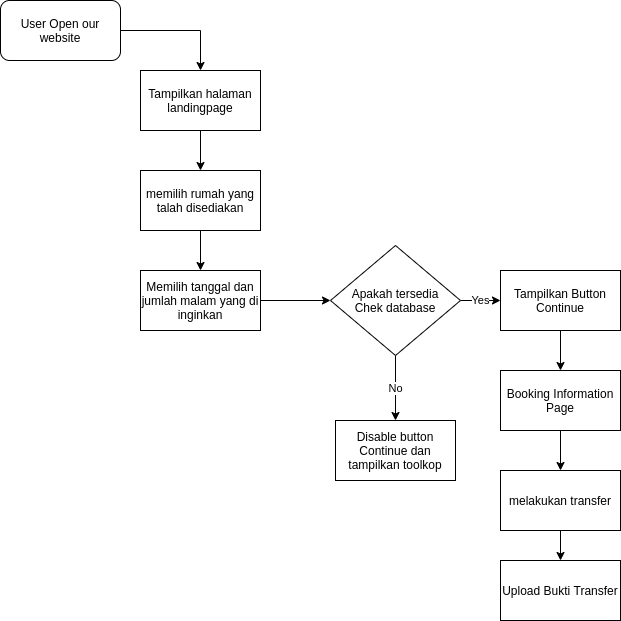
AnggaChelsea/Project-KKN keeps this draw.io diagram as Flow-Website-Hotel.png. Above is the earlier version. Source tidied: cells renumbered, new cells last; positions are measured from the earlier drawing's top-left corner, leaving out a move shared by most shapes.
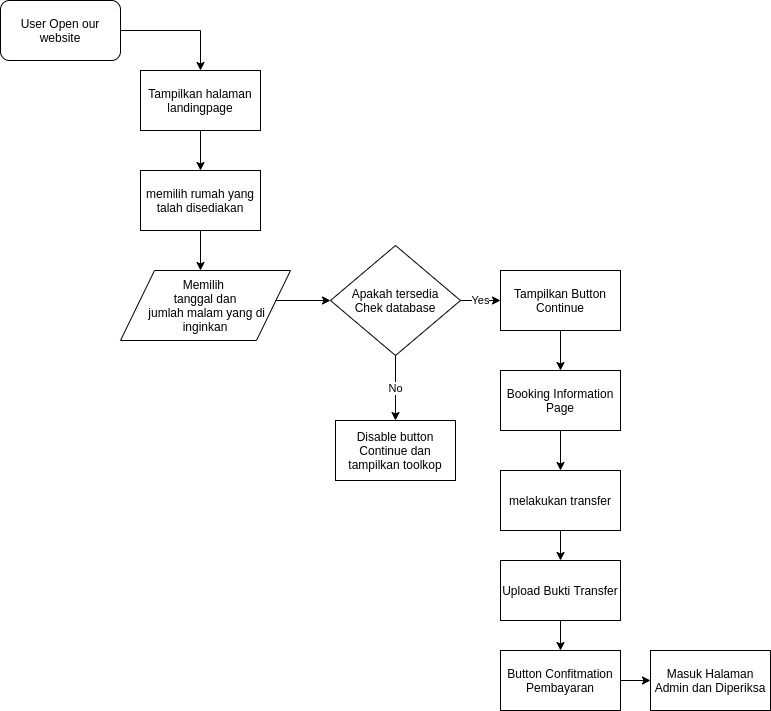
The same file after the commit.

Diff of the diagram source:
```diff
@@ -14,18 +14,19 @@
     <mxCell id="5" value="Tampilkan halaman landingpage" style="rounded=0;whiteSpace=wrap;html=1;" parent="1" vertex="1">
       <mxGeometry x="140" y="70" width="120" height="60" as="geometry" />
     </mxCell>
-    <mxCell id="6" style="edgeStyle=orthogonalEdgeStyle;rounded=0;jettySize=auto;html=1;" parent="1" edge="1" source="7" target="9">
-      <mxGeometry relative="1" as="geometry" />
+    <mxCell id="6" style="edgeStyle=orthogonalEdgeStyle;rounded=0;jettySize=auto;html=1;" parent="1" edge="1" source="7">
+      <mxGeometry relative="1" as="geometry">
+        <mxPoint x="200" y="270" as="targetPoint" />
+      </mxGeometry>
     </mxCell>
     <mxCell id="7" value="memilih rumah yang talah disediakan" style="rounded=0;whiteSpace=wrap;html=1;" parent="1" vertex="1">
       <mxGeometry x="140" y="170" width="120" height="60" as="geometry" />
     </mxCell>
-    <mxCell id="8" style="edgeStyle=orthogonalEdgeStyle;rounded=0;jettySize=auto;html=1;" parent="1" edge="1" source="9" target="12">
-      <mxGeometry relative="1" as="geometry" />
+    <mxCell id="8" style="edgeStyle=orthogonalEdgeStyle;rounded=0;jettySize=auto;html=1;" parent="1" edge="1" target="12">
+      <mxGeometry relative="1" as="geometry">
+        <mxPoint x="260" y="300" as="sourcePoint" />
+      </mxGeometry>
     </mxCell>
-    <mxCell id="9" value="Memilih tanggal dan jumlah malam yang di inginkan" style="rounded=0;whiteSpace=wrap;html=1;" parent="1" vertex="1">
-      <mxGeometry x="140" y="270" width="120" height="60" as="geometry" />
-    </mxCell>
     <mxCell id="10" value="No" style="edgeStyle=orthogonalEdgeStyle;rounded=0;jettySize=auto;html=1;" parent="1" edge="1" source="12" target="13">
       <mxGeometry relative="1" as="geometry" />
     </mxCell>
@@ -56,8 +57,23 @@
     <mxCell id="19" value="melakukan transfer" style="rounded=0;whiteSpace=wrap;html=1;" parent="1" vertex="1">
       <mxGeometry x="500" y="470" width="120" height="60" as="geometry" />
     </mxCell>
+    <mxCell id="21" style="edgeStyle=orthogonalEdgeStyle;rounded=0;jettySize=auto;html=1;" parent="1" edge="1" source="20" target="23">
+      <mxGeometry relative="1" as="geometry" />
+    </mxCell>
     <mxCell id="20" value="Upload Bukti Transfer" style="rounded=0;whiteSpace=wrap;html=1;" parent="1" vertex="1">
       <mxGeometry x="500" y="560" width="120" height="60" as="geometry" />
     </mxCell>
+    <mxCell id="22" style="edgeStyle=orthogonalEdgeStyle;rounded=0;jettySize=auto;html=1;" parent="1" edge="1" source="23" target="24">
+      <mxGeometry relative="1" as="geometry" />
+    </mxCell>
+    <mxCell id="23" value="Button Confitmation Pembayaran" style="rounded=0;whiteSpace=wrap;html=1;" parent="1" vertex="1">
+      <mxGeometry x="500" y="650" width="120" height="60" as="geometry" />
+    </mxCell>
+    <mxCell id="24" value="Masuk Halaman Admin dan Diperiksa" style="rounded=0;whiteSpace=wrap;html=1;" parent="1" vertex="1">
+      <mxGeometry x="650" y="650" width="120" height="60" as="geometry" />
+    </mxCell>
+    <mxCell id="9" value="&lt;span&gt;Memilih &lt;br&gt;tanggal dan&lt;br&gt;&amp;nbsp;jumlah malam yang di inginkan&lt;/span&gt;" style="shape=parallelogram;perimeter=parallelogramPerimeter;whiteSpace=wrap;html=1;" parent="1" vertex="1">
+      <mxGeometry x="120" y="270" width="170" height="70" as="geometry" />
+    </mxCell>
   </root>
 </mxGraphModel>
```
